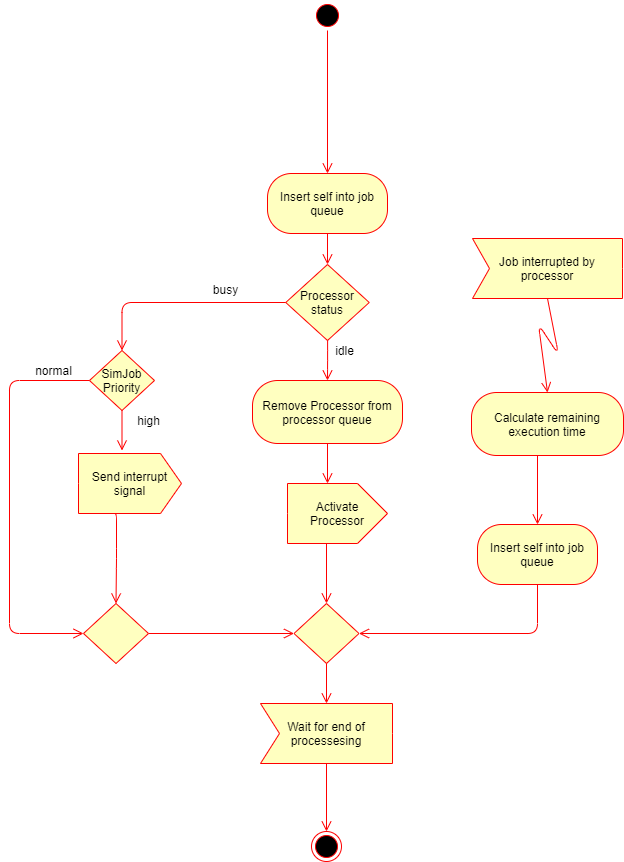
Above: docs/source/contents/images/activitydiagram2.png in NPKompleet/SimulationGUI (draw.io), before the change. Source tidied: cells renumbered, new cells last; positions are measured from the earlier drawing's top-left corner, leaving out a move shared by most shapes.
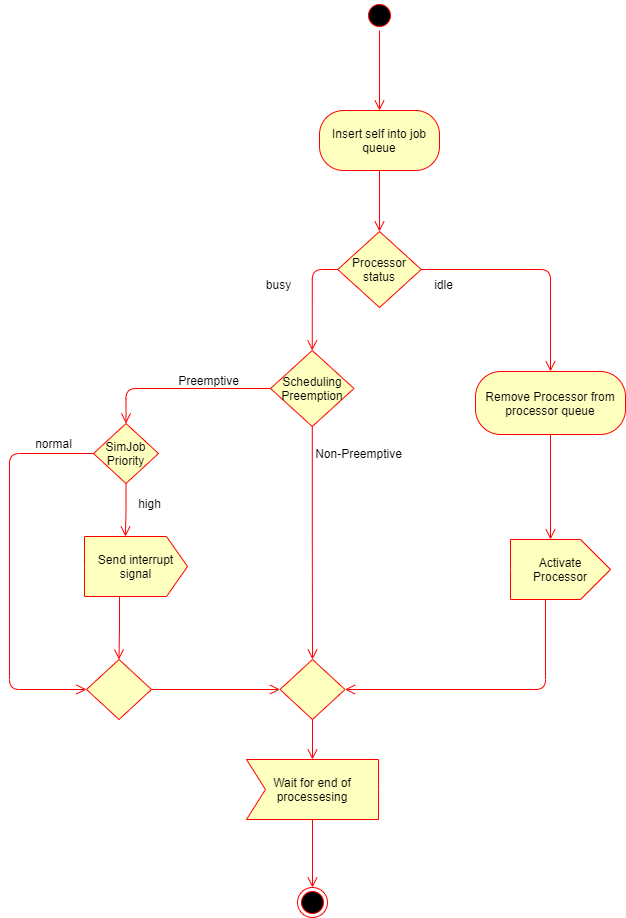
Above is the later version.

The edit, as a diff of the source:
```diff
@@ -3,139 +3,107 @@
     <mxCell id="0" />
     <mxCell id="1" parent="0" />
     <mxCell id="2" style="ellipse;html=1;shape=startState;fillColor=#000000;strokeColor=#ff0000;" parent="1" vertex="1">
-      <mxGeometry x="303" width="30" height="30" as="geometry" />
+      <mxGeometry x="355" y="1" width="30" height="30" as="geometry" />
     </mxCell>
     <mxCell id="3" style="edgeStyle=orthogonalEdgeStyle;html=1;verticalAlign=bottom;endArrow=open;endSize=8;strokeColor=#ff0000;entryX=0.5;entryY=0;entryDx=0;entryDy=0;" parent="1" edge="1" source="2" target="9">
       <mxGeometry relative="1" as="geometry" />
     </mxCell>
     <mxCell id="4" value="Processor status" style="rhombus;whiteSpace=wrap;html=1;fillColor=#ffffc0;strokeColor=#ff0000;" parent="1" vertex="1">
-      <mxGeometry x="276.2" y="264" width="83.5" height="76" as="geometry" />
+      <mxGeometry x="328.2" y="232" width="83.5" height="76" as="geometry" />
     </mxCell>
-    <mxCell id="5" style="edgeStyle=orthogonalEdgeStyle;html=1;align=left;verticalAlign=top;endArrow=open;endSize=8;strokeColor=#ff0000;" parent="1" edge="1" source="4">
-      <mxGeometry x="-1" relative="1" as="geometry">
-        <mxPoint x="318" y="380" as="targetPoint" />
-      </mxGeometry>
+    <mxCell id="5" style="edgeStyle=orthogonalEdgeStyle;html=1;align=left;verticalAlign=top;endArrow=open;endSize=8;strokeColor=#ff0000;entryX=0.5;entryY=0;entryDx=0;entryDy=0;" parent="1" edge="1" source="4" target="7">
+      <mxGeometry x="-1" relative="1" as="geometry" />
     </mxCell>
-    <mxCell id="6" style="edgeStyle=orthogonalEdgeStyle;html=1;align=left;verticalAlign=top;endArrow=open;endSize=8;strokeColor=#ff0000;exitX=0;exitY=0.5;exitDx=0;exitDy=0;entryX=0.5;entryY=0;entryDx=0;entryDy=0;" parent="1" edge="1" source="4" target="16">
-      <mxGeometry x="-1" relative="1" as="geometry">
-        <Array as="points">
-          <mxPoint x="113" y="302" />
-        </Array>
-      </mxGeometry>
+    <mxCell id="6" style="edgeStyle=orthogonalEdgeStyle;html=1;align=left;verticalAlign=top;endArrow=open;endSize=8;strokeColor=#ff0000;exitX=0;exitY=0.5;exitDx=0;exitDy=0;entryX=0.5;entryY=0;entryDx=0;entryDy=0;" parent="1" edge="1" source="4" target="35">
+      <mxGeometry x="-1" relative="1" as="geometry" />
     </mxCell>
     <mxCell id="7" value="Remove Processor from&lt;br&gt;processor queue" style="rounded=1;whiteSpace=wrap;html=1;arcSize=40;fontColor=#000000;fillColor=#ffffc0;strokeColor=#ff0000;" parent="1" vertex="1">
-      <mxGeometry x="243" y="380" width="150" height="63" as="geometry" />
+      <mxGeometry x="466" y="372" width="150" height="63" as="geometry" />
     </mxCell>
     <mxCell id="8" style="edgeStyle=orthogonalEdgeStyle;html=1;verticalAlign=bottom;endArrow=open;endSize=8;strokeColor=#ff0000;entryX=0.4;entryY=0;entryDx=0;entryDy=0;entryPerimeter=0;" parent="1" edge="1" source="7" target="11">
       <mxGeometry relative="1" as="geometry" />
     </mxCell>
     <mxCell id="9" value="Insert self into job queue" style="rounded=1;whiteSpace=wrap;html=1;arcSize=40;fontColor=#000000;fillColor=#ffffc0;strokeColor=#ff0000;" parent="1" vertex="1">
-      <mxGeometry x="258" y="173" width="120" height="60" as="geometry" />
+      <mxGeometry x="310" y="111" width="120" height="60" as="geometry" />
     </mxCell>
     <mxCell id="10" style="edgeStyle=orthogonalEdgeStyle;html=1;verticalAlign=bottom;endArrow=open;endSize=8;strokeColor=#ff0000;entryX=0.5;entryY=0;entryDx=0;entryDy=0;" parent="1" edge="1" source="9" target="4">
       <mxGeometry relative="1" as="geometry" />
     </mxCell>
     <mxCell id="11" value="Activate Processor" style="html=1;shadow=0;dashed=0;align=center;verticalAlign=middle;shape=mxgraph.arrows2.arrow;dy=0;dx=30;notch=0;strokeColor=#ff0000;fillColor=#ffffc0;whiteSpace=wrap;" parent="1" vertex="1">
-      <mxGeometry x="278" y="483" width="100" height="60" as="geometry" />
+      <mxGeometry x="501" y="540" width="100" height="60" as="geometry" />
     </mxCell>
     <mxCell id="12" style="rhombus;whiteSpace=wrap;html=1;fillColor=#ffffc0;strokeColor=#ff0000;" parent="1" vertex="1">
-      <mxGeometry x="284.5" y="603" width="65" height="60" as="geometry" />
+      <mxGeometry x="270.5" y="660" width="65" height="60" as="geometry" />
     </mxCell>
     <mxCell id="13" style="edgeStyle=orthogonalEdgeStyle;html=1;align=left;verticalAlign=top;endArrow=open;endSize=8;strokeColor=#ff0000;exitX=1;exitY=0.5;exitDx=0;exitDy=0;entryX=0;entryY=0.5;entryDx=0;entryDy=0;" parent="1" edge="1" source="19" target="12">
       <mxGeometry x="-1" relative="1" as="geometry" />
     </mxCell>
     <mxCell id="14" style="edgeStyle=orthogonalEdgeStyle;html=1;align=left;verticalAlign=top;endArrow=open;endSize=8;strokeColor=#ff0000;" parent="1" edge="1" source="12">
       <mxGeometry x="-1" relative="1" as="geometry">
-        <mxPoint x="317" y="703" as="targetPoint" />
+        <mxPoint x="303" y="760" as="targetPoint" />
       </mxGeometry>
     </mxCell>
-    <mxCell id="15" style="edgeStyle=orthogonalEdgeStyle;html=1;verticalAlign=bottom;endArrow=open;endSize=8;strokeColor=#ff0000;entryX=0.5;entryY=0;entryDx=0;entryDy=0;" parent="1" edge="1" target="12">
-      <mxGeometry relative="1" as="geometry">
-        <mxPoint x="317" y="543" as="sourcePoint" />
-      </mxGeometry>
+    <mxCell id="15" style="edgeStyle=orthogonalEdgeStyle;html=1;verticalAlign=bottom;endArrow=open;endSize=8;strokeColor=#ff0000;entryX=1;entryY=0.5;entryDx=0;entryDy=0;exitX=0;exitY=0;exitDx=35;exitDy=60;exitPerimeter=0;" parent="1" edge="1" source="11" target="12">
+      <mxGeometry relative="1" as="geometry" />
     </mxCell>
     <mxCell id="16" value="SimJob Priority" style="rhombus;whiteSpace=wrap;html=1;fillColor=#ffffc0;strokeColor=#ff0000;" parent="1" vertex="1">
-      <mxGeometry x="80" y="350" width="65" height="60" as="geometry" />
+      <mxGeometry x="84" y="424" width="65" height="60" as="geometry" />
     </mxCell>
-    <mxCell id="17" style="edgeStyle=orthogonalEdgeStyle;html=1;align=left;verticalAlign=top;endArrow=open;endSize=8;strokeColor=#ff0000;" parent="1" edge="1" source="16">
-      <mxGeometry x="-1" relative="1" as="geometry">
-        <mxPoint x="112.5" y="450" as="targetPoint" />
-      </mxGeometry>
+    <mxCell id="17" style="edgeStyle=orthogonalEdgeStyle;html=1;align=left;verticalAlign=top;endArrow=open;endSize=8;strokeColor=#ff0000;entryX=0;entryY=0;entryDx=41;entryDy=0;entryPerimeter=0;" parent="1" edge="1" source="16" target="18">
+      <mxGeometry x="-1" relative="1" as="geometry" />
     </mxCell>
     <mxCell id="18" value="Send interrupt signal" style="html=1;shadow=0;dashed=0;align=center;verticalAlign=middle;shape=mxgraph.arrows2.arrow;dy=0;dx=21;notch=0;strokeColor=#ff0000;fillColor=#ffffc0;whiteSpace=wrap;" parent="1" vertex="1">
-      <mxGeometry x="69" y="453" width="103" height="60" as="geometry" />
+      <mxGeometry x="75" y="537" width="103" height="60" as="geometry" />
     </mxCell>
     <mxCell id="19" style="rhombus;whiteSpace=wrap;html=1;fillColor=#ffffc0;strokeColor=#ff0000;" parent="1" vertex="1">
-      <mxGeometry x="74" y="603" width="65" height="60" as="geometry" />
+      <mxGeometry x="77" y="660" width="65" height="60" as="geometry" />
     </mxCell>
     <mxCell id="20" style="edgeStyle=orthogonalEdgeStyle;html=1;align=left;verticalAlign=top;endArrow=open;endSize=8;strokeColor=#ff0000;entryX=0;entryY=0.5;entryDx=0;entryDy=0;exitX=0;exitY=0.5;exitDx=0;exitDy=0;" parent="1" edge="1" source="16" target="19">
       <mxGeometry x="-1" relative="1" as="geometry">
         <Array as="points">
-          <mxPoint y="380" />
-          <mxPoint y="633" />
+          <mxPoint y="454" />
+          <mxPoint y="690" />
         </Array>
       </mxGeometry>
     </mxCell>
     <mxCell id="21" style="edgeStyle=orthogonalEdgeStyle;html=1;align=left;verticalAlign=top;endArrow=open;endSize=8;strokeColor=#ff0000;exitX=0;exitY=0;exitDx=35;exitDy=60;exitPerimeter=0;entryX=0.5;entryY=0;entryDx=0;entryDy=0;" parent="1" edge="1" source="18" target="19">
-      <mxGeometry x="-1" relative="1" as="geometry">
-        <Array as="points">
-          <mxPoint x="107" y="513" />
-          <mxPoint x="107" y="558" />
-        </Array>
-      </mxGeometry>
+      <mxGeometry x="-1" relative="1" as="geometry" />
     </mxCell>
     <mxCell id="22" style="edgeStyle=none;rounded=1;jettySize=auto;html=1;exitX=0;exitY=0;exitDx=66;exitDy=60;exitPerimeter=0;entryX=0.5;entryY=0;entryDx=0;entryDy=0;align=left;verticalAlign=top;strokeColor=#ff0000;endArrow=open;endSize=8;" parent="1" edge="1" source="23" target="26">
       <mxGeometry relative="1" as="geometry" />
     </mxCell>
     <mxCell id="23" value="Wait for end of processesing" style="html=1;shadow=0;dashed=0;align=center;verticalAlign=middle;shape=mxgraph.arrows2.arrow;dy=0;dx=0;notch=19;strokeColor=#ff0000;fillColor=#ffffc0;whiteSpace=wrap;" parent="1" vertex="1">
-      <mxGeometry x="251" y="703" width="132" height="60" as="geometry" />
+      <mxGeometry x="237" y="760" width="132" height="60" as="geometry" />
     </mxCell>
-    <mxCell id="24" value="Calculate remaining execution time" style="rounded=1;whiteSpace=wrap;html=1;arcSize=40;fontColor=#000000;fillColor=#ffffc0;strokeColor=#ff0000;" parent="1" vertex="1">
-      <mxGeometry x="462" y="392" width="152" height="63" as="geometry" />
-    </mxCell>
-    <mxCell id="25" style="edgeStyle=orthogonalEdgeStyle;html=1;verticalAlign=bottom;endArrow=open;endSize=8;strokeColor=#ff0000;entryX=0.5;entryY=0;entryDx=0;entryDy=0;" parent="1" edge="1" source="24" target="32">
-      <mxGeometry relative="1" as="geometry">
-        <Array as="points">
-          <mxPoint x="528" y="414" />
-          <mxPoint x="528" y="414" />
-        </Array>
-      </mxGeometry>
-    </mxCell>
     <mxCell id="26" style="ellipse;html=1;shape=endState;fillColor=#000000;strokeColor=#ff0000;" parent="1" vertex="1">
-      <mxGeometry x="302" y="831" width="30" height="30" as="geometry" />
+      <mxGeometry x="288" y="888" width="30" height="30" as="geometry" />
     </mxCell>
     <mxCell id="27" value="busy" style="text;html=1;align=center;verticalAlign=middle;fillColor=none;strokeColor=none;rounded=0;" parent="1" vertex="1">
-      <mxGeometry x="196" y="279" width="40" height="20" as="geometry" />
+      <mxGeometry x="249" y="275" width="40" height="20" as="geometry" />
     </mxCell>
     <mxCell id="28" value="idle" style="text;html=1;align=center;verticalAlign=middle;fillColor=none;strokeColor=none;rounded=0;" parent="1" vertex="1">
-      <mxGeometry x="319.5" y="340" width="30" height="20" as="geometry" />
+      <mxGeometry x="419" y="275" width="30" height="20" as="geometry" />
     </mxCell>
     <mxCell id="29" value="high" style="text;html=1;align=center;verticalAlign=middle;fillColor=none;strokeColor=none;rounded=0;" parent="1" vertex="1">
-      <mxGeometry x="119" y="410" width="40" height="20" as="geometry" />
+      <mxGeometry x="120" y="494" width="40" height="20" as="geometry" />
     </mxCell>
     <mxCell id="30" value="normal" style="text;html=1;align=center;verticalAlign=middle;fillColor=none;strokeColor=none;rounded=0;" parent="1" vertex="1">
-      <mxGeometry x="19" y="360" width="50" height="20" as="geometry" />
+      <mxGeometry x="19" y="434" width="50" height="20" as="geometry" />
     </mxCell>
-    <mxCell id="31" style="edgeStyle=none;rounded=1;jettySize=auto;html=1;exitX=0.5;exitY=1;exitDx=0;exitDy=0;entryX=1;entryY=0.5;entryDx=0;entryDy=0;verticalAlign=bottom;strokeColor=#ff0000;endArrow=open;endSize=8;" parent="1" edge="1" source="32" target="12">
-      <mxGeometry relative="1" as="geometry">
-        <Array as="points">
-          <mxPoint x="528" y="633" />
-        </Array>
-      </mxGeometry>
-    </mxCell>
-    <mxCell id="32" value="Insert self into job queue" style="rounded=1;whiteSpace=wrap;html=1;arcSize=40;fontColor=#000000;fillColor=#ffffc0;strokeColor=#ff0000;" parent="1" vertex="1">
-      <mxGeometry x="468" y="524" width="120" height="60" as="geometry" />
-    </mxCell>
-    <mxCell id="33" style="rounded=1;jettySize=auto;html=1;exitX=0;exitY=0;exitDx=75;exitDy=60;exitPerimeter=0;entryX=0.5;entryY=0;entryDx=0;entryDy=0;verticalAlign=bottom;strokeColor=#ff0000;endArrow=open;endSize=8;" parent="1" edge="1" source="34" target="24">
-      <mxGeometry relative="1" as="geometry">
-        <Array as="points">
-          <mxPoint x="549" y="354" />
-          <mxPoint x="529" y="324" />
-        </Array>
-      </mxGeometry>
-    </mxCell>
-    <mxCell id="34" value="Job interrupted by processor&lt;br&gt;" style="html=1;shadow=0;dashed=0;align=center;verticalAlign=middle;shape=mxgraph.arrows2.arrow;dy=0;dx=0;notch=17;strokeColor=#ff0000;fillColor=#ffffc0;whiteSpace=wrap;" parent="1" vertex="1">
-      <mxGeometry x="463" y="238" width="150" height="60" as="geometry" />
-    </mxCell>
+    <mxCell id="35" value="Scheduling&lt;br&gt;Preemption" style="rhombus;whiteSpace=wrap;html=1;fillColor=#ffffc0;strokeColor=#ff0000;" parent="1" vertex="1">
+      <mxGeometry x="261" y="351" width="83.5" height="76" as="geometry" />
+    </mxCell>
+    <mxCell id="36" value="Preemptive" style="text;html=1;align=center;verticalAlign=middle;fillColor=none;strokeColor=none;rounded=0;" parent="1" vertex="1">
+      <mxGeometry x="159" y="371" width="80" height="20" as="geometry" />
+    </mxCell>
+    <mxCell id="37" style="edgeStyle=orthogonalEdgeStyle;html=1;align=left;verticalAlign=top;endArrow=open;endSize=8;strokeColor=#ff0000;exitX=0;exitY=0.5;exitDx=0;exitDy=0;entryX=0.5;entryY=0;entryDx=0;entryDy=0;" parent="1" edge="1" source="35" target="16">
+      <mxGeometry x="-1" relative="1" as="geometry" />
+    </mxCell>
+    <mxCell id="38" value="Non-Preemptive" style="text;html=1;align=center;verticalAlign=middle;fillColor=none;strokeColor=none;rounded=0;" parent="1" vertex="1">
+      <mxGeometry x="299" y="444" width="100" height="20" as="geometry" />
+    </mxCell>
+    <mxCell id="39" style="edgeStyle=orthogonalEdgeStyle;html=1;align=left;verticalAlign=top;endArrow=open;endSize=8;strokeColor=#ff0000;entryX=0.5;entryY=0;entryDx=0;entryDy=0;" parent="1" edge="1" source="35" target="12">
+      <mxGeometry x="-1" relative="1" as="geometry" />
+    </mxCell>
   </root>
 </mxGraphModel>
```
